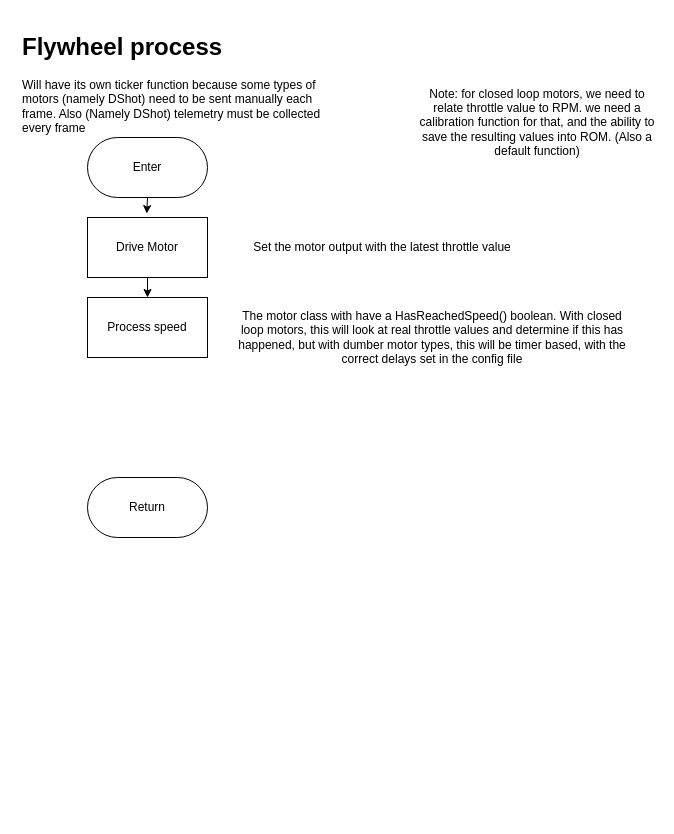
Above: page "Flywheel Process" (4 of 7) of Firmware/DetlaffDev/DettyFW/G4_Flowcode.drawio in DrGlaucous/G4 (draw.io), before the change. Source tidied: cells renumbered, new cells numbered last; positions are measured from the earlier drawing's top-left corner, leaving out a move shared by most shapes. Both pictures are drawn from the tidied source at 100%, with x=0, y=0 at pixel (17, 27).
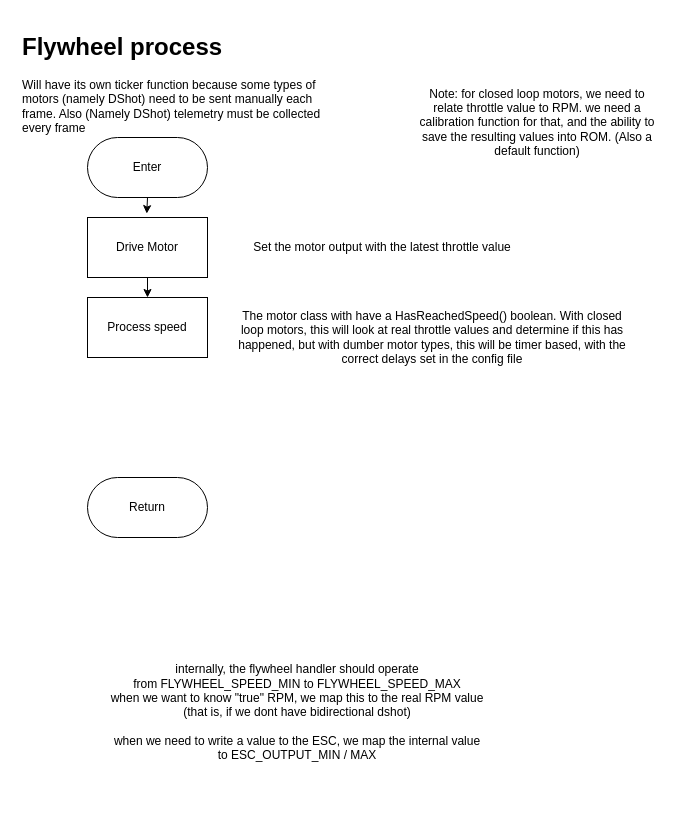
The same diagram, later.

What changed in the source:
```diff
@@
 <mxGraphModel>
   <root>
     <mxCell id="0" />
     <mxCell id="1" parent="0" />
     <mxCell id="2" value="&lt;h1&gt;Flywheel process&lt;/h1&gt;&lt;p&gt;Will have its own ticker function because some types of motors (namely DShot) need to be sent manually each frame. Also (Namely DShot) telemetry must be collected every frame&lt;/p&gt;" style="text;html=1;strokeColor=none;fillColor=none;spacing=5;spacingTop=-20;whiteSpace=wrap;overflow=hidden;rounded=0;" parent="1" vertex="1">
       <mxGeometry width="330" height="120" as="geometry" />
     </mxCell>
     <mxCell id="3" style="edgeStyle=orthogonalEdgeStyle;rounded=0;jettySize=auto;html=1;exitX=0.5;exitY=1;exitDx=0;exitDy=0;entryX=0.494;entryY=-0.065;entryDx=0;entryDy=0;entryPerimeter=0;" parent="1" edge="1" source="4" target="6">
       <mxGeometry relative="1" as="geometry" />
     </mxCell>
     <mxCell id="4" value="Enter" style="rounded=1;whiteSpace=wrap;html=1;arcSize=50;" parent="1" vertex="1">
       <mxGeometry x="70" y="110" width="120" height="60" as="geometry" />
     </mxCell>
     <mxCell id="5" style="edgeStyle=orthogonalEdgeStyle;rounded=0;jettySize=auto;html=1;exitX=0.5;exitY=1;exitDx=0;exitDy=0;entryX=0.5;entryY=0;entryDx=0;entryDy=0;" parent="1" edge="1" source="6" target="9">
       <mxGeometry relative="1" as="geometry" />
     </mxCell>
     <mxCell id="6" value="Drive Motor" style="rounded=0;whiteSpace=wrap;html=1;" parent="1" vertex="1">
       <mxGeometry x="70" y="190" width="120" height="60" as="geometry" />
     </mxCell>
     <mxCell id="7" value="Return" style="rounded=1;whiteSpace=wrap;html=1;arcSize=50;" parent="1" vertex="1">
       <mxGeometry x="70" y="450" width="120" height="60" as="geometry" />
     </mxCell>
     <mxCell id="8" value="Set the motor output with the latest throttle value" style="text;html=1;strokeColor=none;fillColor=none;align=center;verticalAlign=middle;whiteSpace=wrap;rounded=0;" parent="1" vertex="1">
       <mxGeometry x="200" y="180" width="330" height="80" as="geometry" />
     </mxCell>
     <mxCell id="9" value="Process speed" style="rounded=0;whiteSpace=wrap;html=1;" parent="1" vertex="1">
       <mxGeometry x="70" y="270" width="120" height="60" as="geometry" />
     </mxCell>
     <mxCell id="10" value="The motor class with have a HasReachedSpeed() boolean. With closed loop motors, this will look at real throttle values and determine if this has happened, but with dumber motor types, this will be timer based, with the correct delays set in the config file" style="text;html=1;strokeColor=none;fillColor=none;align=center;verticalAlign=middle;whiteSpace=wrap;rounded=0;" parent="1" vertex="1">
       <mxGeometry x="215" y="260" width="400" height="100" as="geometry" />
     </mxCell>
     <mxCell id="11" value="Note: for closed loop motors, we need to relate throttle value to RPM. we need a calibration function for that, and the ability to save the resulting values into ROM. (Also a default function)" style="text;html=1;strokeColor=none;fillColor=none;align=center;verticalAlign=middle;whiteSpace=wrap;rounded=0;" parent="1" vertex="1">
       <mxGeometry x="400" y="30" width="240" height="130" as="geometry" />
     </mxCell>
+    <mxCell id="12" value="internally, the flywheel handler should operate from&amp;nbsp;FLYWHEEL_SPEED_MIN to FLYWHEEL_SPEED_MAX&lt;br&gt;when we want to know &quot;true&quot; RPM, we map this to the real RPM value (that is, if we dont have bidirectional dshot)&lt;br&gt;&lt;br&gt;when we need to write a value to the ESC, we map the internal value to&amp;nbsp;ESC_OUTPUT_MIN / MAX" style="text;html=1;strokeColor=none;fillColor=none;align=center;verticalAlign=middle;whiteSpace=wrap;rounded=0;" parent="1" vertex="1">
+      <mxGeometry x="90" y="580" width="380" height="210" as="geometry" />
+    </mxCell>
   </root>
 </mxGraphModel>
```
